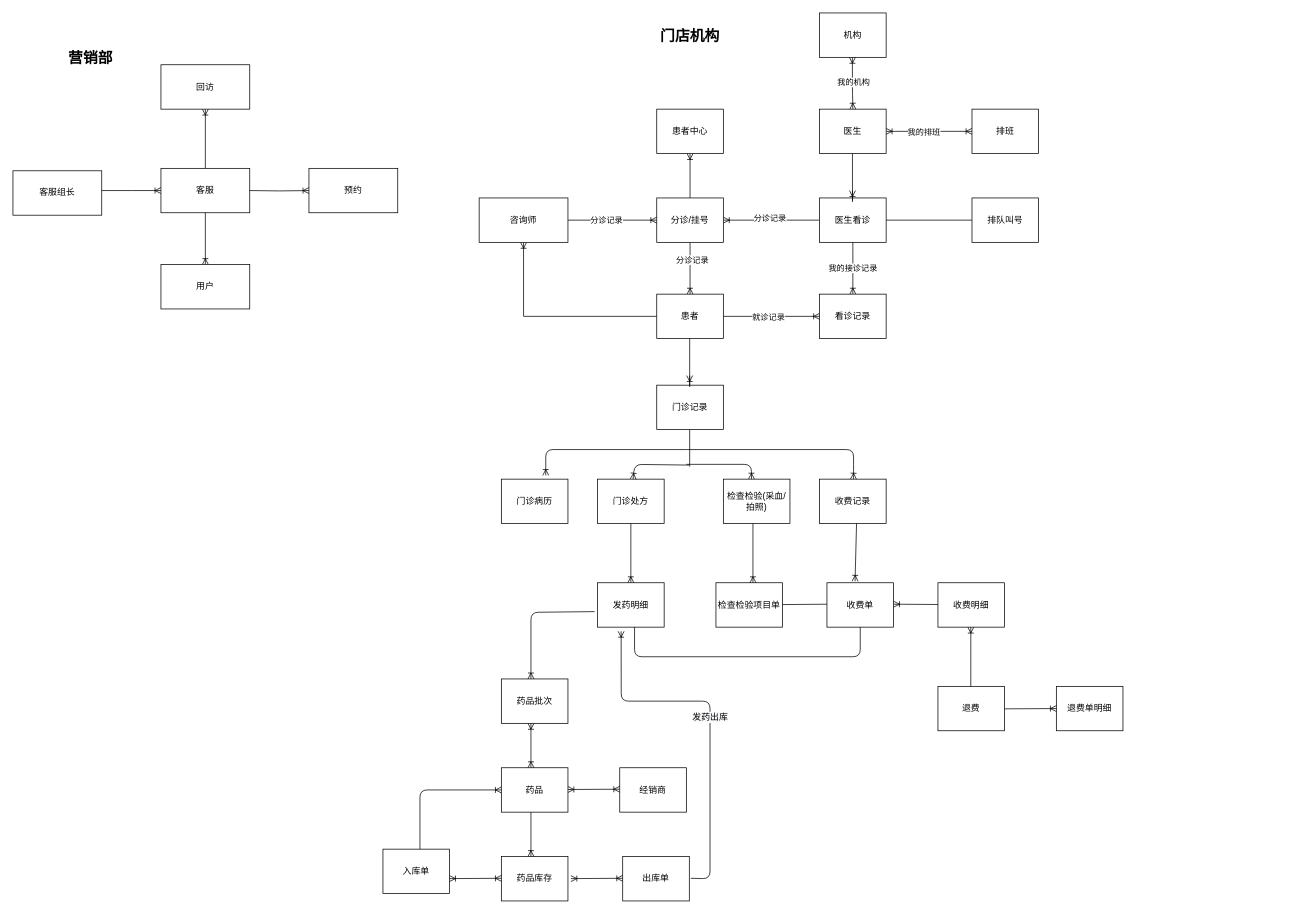
cherishsince/diagrams.net keeps this draw.io diagram as 牙管家/数据er图.drawio. Above is the earlier version. Source tidied: cells renumbered, new cells numbered last; positions are measured from the earlier drawing's top-left corner, leaving out a move shared by most shapes. Both pictures are drawn from the tidied source at 74%, with x=0, y=0 at pixel (13, 13).
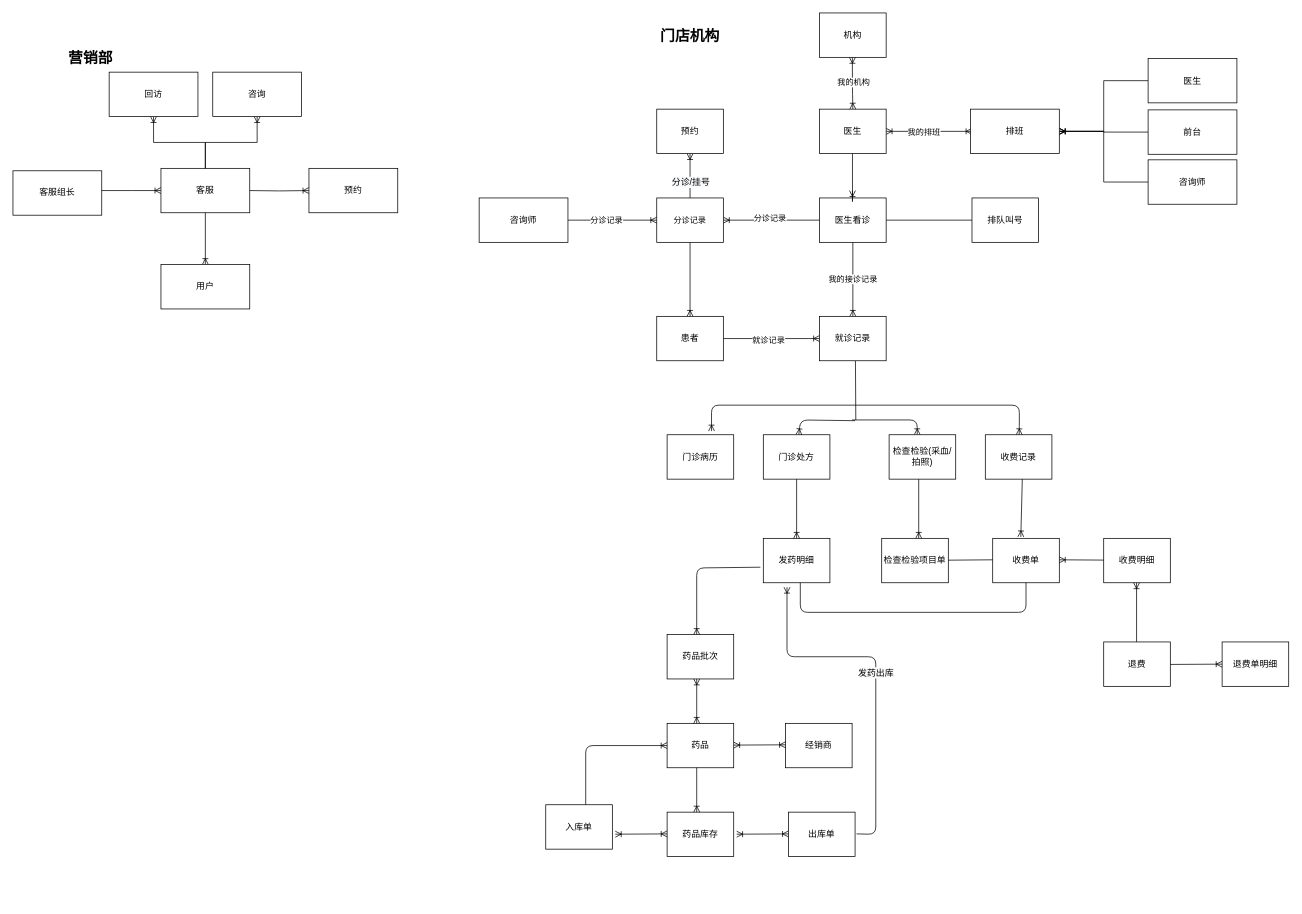
The same page after the edit.

Commit message (it also covers changes not shown here):
更新数据er图.drawio

The change refers to these unchanged cells:
```xml
<mxCell id="16" style="edgeStyle=orthogonalEdgeStyle;rounded=0;jettySize=auto;html=1;startArrow=none;startFill=0;endArrow=ERoneToMany;endFill=0;" parent="1" edge="1" source="21" target="26">
  <mxGeometry relative="1" as="geometry" />
</mxCell>
<mxCell id="17" style="edgeStyle=orthogonalEdgeStyle;rounded=0;jettySize=auto;html=1;startArrow=none;startFill=0;endArrow=ERoneToMany;endFill=0;" parent="1" edge="1" source="21" target="3">
  <mxGeometry relative="1" as="geometry" />
</mxCell>
<mxCell id="29" value="医生" style="rounded=0;whiteSpace=wrap;html=1;" parent="1" vertex="1">
  <mxGeometry x="1090" y="130" width="90" height="60" as="geometry" />
</mxCell>
<mxCell id="68" value="客服" style="rounded=0;whiteSpace=wrap;html=1;" parent="1" vertex="1">
  <mxGeometry x="200" y="210" width="120" height="60" as="geometry" />
</mxCell>
<mxCell id="80" value="咨询师" style="rounded=0;whiteSpace=wrap;html=1;" parent="1" vertex="1">
  <mxGeometry x="630" y="250" width="120" height="60" as="geometry" />
</mxCell>
```

What changed in the source:
```diff
@@
     <mxCell id="3" value="患者" style="rounded=0;whiteSpace=wrap;html=1;" parent="1" vertex="1">
-      <mxGeometry x="870" y="380" width="90" height="60" as="geometry" />
+      <mxGeometry x="870" y="410" width="90" height="60" as="geometry" />
     </mxCell>
-    <mxCell id="4" value="门诊记录" style="rounded=0;whiteSpace=wrap;html=1;" parent="1" vertex="1">
-      <mxGeometry x="870" y="503" width="90" height="60" as="geometry" />
-    </mxCell>
-    <mxCell id="5" style="endArrow=ERoneToMany;html=1;edgeStyle=orthogonalEdgeStyle;startArrow=none;startFill=0;endFill=0;" parent="1" edge="1">
-      <mxGeometry relative="1" as="geometry">
-        <mxPoint x="914.5" y="440" as="sourcePoint" />
-        <mxPoint x="914.5" y="490" as="targetPoint" />
-        <Array as="points">
-          <mxPoint x="914" y="510" />
-          <mxPoint x="914" y="510" />
-        </Array>
-      </mxGeometry>
-    </mxCell>
     <mxCell id="6" value="门诊病历" style="rounded=0;whiteSpace=wrap;html=1;" parent="1" vertex="1">
-      <mxGeometry x="660" y="630" width="90" height="60" as="geometry" />
+      <mxGeometry x="884" y="570" width="90" height="60" as="geometry" />
     </mxCell>
     <mxCell id="7" value="门诊处方" style="rounded=0;whiteSpace=wrap;html=1;" parent="1" vertex="1">
-      <mxGeometry x="790" y="630" width="90" height="60" as="geometry" />
+      <mxGeometry x="1014" y="570" width="90" height="60" as="geometry" />
     </mxCell>
     <mxCell id="8" value="收费记录" style="rounded=0;whiteSpace=wrap;html=1;" parent="1" vertex="1">
-      <mxGeometry x="1090" y="630" width="90" height="60" as="geometry" />
+      <mxGeometry x="1314" y="570" width="90" height="60" as="geometry" />
     </mxCell>
     <mxCell id="9" style="endArrow=none;html=1;exitX=0.667;exitY=-0.083;exitDx=0;exitDy=0;exitPerimeter=0;startArrow=ERoneToMany;startFill=0;" parent="1" edge="1" source="6">
       <mxGeometry relative="1" as="geometry">
-        <mxPoint x="910" y="590" as="targetPoint" />
+        <mxPoint x="1134" y="530" as="targetPoint" />
         <Array as="points">
-          <mxPoint x="720" y="590" />
+          <mxPoint x="944" y="530" />
         </Array>
       </mxGeometry>
     </mxCell>
     <mxCell id="10" style="endArrow=none;html=1;startArrow=ERoneToMany;startFill=0;" parent="1" edge="1" source="8">
       <mxGeometry relative="1" as="geometry">
-        <mxPoint x="910" y="590" as="targetPoint" />
+        <mxPoint x="1134" y="530" as="targetPoint" />
         <Array as="points">
-          <mxPoint x="1136" y="620" />
-          <mxPoint x="1136" y="590" />
+          <mxPoint x="1360" y="560" />
+          <mxPoint x="1360" y="530" />
         </Array>
       </mxGeometry>
     </mxCell>
     <mxCell id="11" style="endArrow=none;html=1;" parent="1" edge="1">
       <mxGeometry relative="1" as="geometry">
-        <mxPoint x="914.5" y="613" as="sourcePoint" />
-        <mxPoint x="914.5" y="563" as="targetPoint" />
+        <mxPoint x="1139" y="550" as="sourcePoint" />
+        <mxPoint x="1138.5" y="470" as="targetPoint" />
       </mxGeometry>
     </mxCell>
     <mxCell id="12" style="edgeStyle=orthogonalEdgeStyle;rounded=0;orthogonalLoop=1;jettySize=auto;html=1;exitX=0.5;exitY=0;exitDx=0;exitDy=0;startArrow=ERoneToMany;startFill=0;endArrow=ERoneToMany;endFill=0;" parent="1" edge="1">
       <mxGeometry relative="1" as="geometry">
-        <mxPoint x="980" y="810" as="sourcePoint" />
-        <mxPoint x="980" y="810" as="targetPoint" />
+        <mxPoint x="1204" y="750" as="sourcePoint" />
+        <mxPoint x="1204" y="750" as="targetPoint" />
       </mxGeometry>
     </mxCell>
     <mxCell id="13" style="endArrow=none;html=1;startArrow=ERoneToMany;startFill=0;" parent="1" edge="1" source="7">
       <mxGeometry relative="1" as="geometry">
-        <mxPoint x="914" y="611" as="targetPoint" />
+        <mxPoint x="1138" y="551" as="targetPoint" />
         <Array as="points">
-          <mxPoint x="840" y="610" />
+          <mxPoint x="1064" y="550" />
         </Array>
       </mxGeometry>
     </mxCell>
     <mxCell id="14" style="endArrow=ERoneToMany;html=1;endFill=0;" parent="1" edge="1">
       <mxGeometry relative="1" as="geometry">
-        <mxPoint x="910" y="610" as="sourcePoint" />
-        <mxPoint x="998" y="630" as="targetPoint" />
+        <mxPoint x="1134" y="550" as="sourcePoint" />
+        <mxPoint x="1222" y="570" as="targetPoint" />
         <Array as="points">
-          <mxPoint x="998" y="610" />
+          <mxPoint x="1222" y="550" />
         </Array>
       </mxGeometry>
     </mxCell>
     <mxCell id="15" value="检查检验(采血/拍照)" style="rounded=0;whiteSpace=wrap;html=1;" parent="1" vertex="1">
-      <mxGeometry x="960" y="630" width="90" height="60" as="geometry" />
+      <mxGeometry x="1184" y="570" width="90" height="60" as="geometry" />
     </mxCell>
@@
+    <mxCell id="81" value="&lt;span style=&quot;font-size: 12px ; background-color: rgb(248 , 249 , 250)&quot;&gt;分诊/挂号&lt;/span&gt;" style="edgeLabel;html=1;align=center;verticalAlign=middle;" parent="16" vertex="1">
+      <mxGeometry x="0.08" y="-1" relative="1" as="geometry">
+        <mxPoint x="-1" y="10" as="offset" />
+      </mxGeometry>
+    </mxCell>
@@
-    <mxCell id="18" value="分诊记录" style="edgeLabel;html=1;align=center;verticalAlign=middle;" parent="17" vertex="1">
-      <mxGeometry x="-0.33" y="2" relative="1" as="geometry" />
-    </mxCell>
@@
-    <mxCell id="21" value="分诊/挂号" style="rounded=0;whiteSpace=wrap;html=1;" parent="1" vertex="1">
+    <mxCell id="21" value="&lt;span style=&quot;font-size: 11px ; background-color: rgb(255 , 255 , 255)&quot;&gt;分诊记录&lt;/span&gt;" style="rounded=0;whiteSpace=wrap;html=1;" parent="1" vertex="1">
       <mxGeometry x="870" y="250" width="90" height="60" as="geometry" />
     </mxCell>
     <mxCell id="22" style="endArrow=none;html=1;startArrow=ERoneToMany;startFill=0;exitX=0.422;exitY=-0.033;exitDx=0;exitDy=0;exitPerimeter=0;" parent="1" edge="1" source="23">
       <mxGeometry relative="1" as="geometry">
-        <mxPoint x="1140" y="690" as="targetPoint" />
+        <mxPoint x="1364" y="630" as="targetPoint" />
       </mxGeometry>
     </mxCell>
     <mxCell id="23" value="收费单" style="rounded=0;whiteSpace=wrap;html=1;" parent="1" vertex="1">
-      <mxGeometry x="1100" y="770" width="90" height="60" as="geometry" />
+      <mxGeometry x="1324" y="710" width="90" height="60" as="geometry" />
     </mxCell>
@@
-    <mxCell id="26" value="患者中心" style="rounded=0;whiteSpace=wrap;html=1;" parent="1" vertex="1">
+    <mxCell id="26" value="预约" style="rounded=0;whiteSpace=wrap;html=1;" parent="1" vertex="1">
       <mxGeometry x="870" y="130" width="90" height="60" as="geometry" />
     </mxCell>
-    <mxCell id="27" style="edgeStyle=orthogonalEdgeStyle;rounded=0;jettySize=auto;html=1;entryX=0;entryY=0.5;entryDx=0;entryDy=0;startArrow=ERoneToMany;startFill=0;endArrow=ERoneToMany;endFill=0;" parent="1" edge="1" source="29" target="31">
-      <mxGeometry relative="1" as="geometry" />
+    <mxCell id="27" style="edgeStyle=orthogonalEdgeStyle;rounded=0;jettySize=auto;html=1;entryX=0;entryY=0.5;entryDx=0;entryDy=0;startArrow=ERoneToMany;startFill=0;endArrow=ERoneToMany;endFill=0;" parent="1" edge="1" source="29">
+      <mxGeometry relative="1" as="geometry">
+        <mxPoint x="1296" y="160" as="targetPoint" />
+      </mxGeometry>
     </mxCell>
@@
-    <mxCell id="31" value="排班" style="rounded=0;whiteSpace=wrap;html=1;" parent="1" vertex="1">
-      <mxGeometry x="1296" y="130" width="90" height="60" as="geometry" />
-    </mxCell>
@@
-    <mxCell id="35" value="看诊记录" style="rounded=0;whiteSpace=wrap;html=1;" parent="1" vertex="1">
-      <mxGeometry x="1090" y="380" width="90" height="60" as="geometry" />
+    <mxCell id="35" value="就诊记录" style="rounded=0;whiteSpace=wrap;html=1;" parent="1" vertex="1">
+      <mxGeometry x="1090" y="410" width="90" height="60" as="geometry" />
     </mxCell>
     <mxCell id="36" value="发药明细" style="rounded=0;whiteSpace=wrap;html=1;" parent="1" vertex="1">
-      <mxGeometry x="790" y="770" width="90" height="60" as="geometry" />
+      <mxGeometry x="1014" y="710" width="90" height="60" as="geometry" />
     </mxCell>
@@
     <mxCell id="38" value="检查检验项目单" style="rounded=0;whiteSpace=wrap;html=1;" parent="1" vertex="1">
-      <mxGeometry x="950" y="770" width="90" height="60" as="geometry" />
+      <mxGeometry x="1174" y="710" width="90" height="60" as="geometry" />
     </mxCell>
     <mxCell id="39" style="endArrow=ERoneToMany;html=1;edgeStyle=orthogonalEdgeStyle;startArrow=none;startFill=0;endFill=0;" parent="1" edge="1">
       <mxGeometry relative="1" as="geometry">
-        <mxPoint x="1000" y="690" as="sourcePoint" />
-        <mxPoint x="1000" y="770" as="targetPoint" />
+        <mxPoint x="1224" y="630" as="sourcePoint" />
+        <mxPoint x="1224" y="710" as="targetPoint" />
       </mxGeometry>
     </mxCell>
     <mxCell id="40" style="endArrow=none;html=1;exitX=0.5;exitY=1;exitDx=0;exitDy=0;startArrow=none;startFill=0;endFill=0;" parent="1" edge="1" source="23">
       <mxGeometry relative="1" as="geometry">
-        <mxPoint x="840" y="830" as="targetPoint" />
+        <mxPoint x="1064" y="770" as="targetPoint" />
         <Array as="points">
-          <mxPoint x="1145" y="870" />
-          <mxPoint x="840" y="870" />
+          <mxPoint x="1369" y="810" />
+          <mxPoint x="1064" y="810" />
         </Array>
       </mxGeometry>
     </mxCell>
     <mxCell id="41" style="endArrow=none;html=1;startArrow=none;startFill=0;endFill=0;" parent="1" edge="1">
       <mxGeometry relative="1" as="geometry">
-        <mxPoint x="1040" y="799.5" as="sourcePoint" />
-        <mxPoint x="1100" y="799" as="targetPoint" />
+        <mxPoint x="1264" y="739.5" as="sourcePoint" />
+        <mxPoint x="1324" y="739" as="targetPoint" />
       </mxGeometry>
     </mxCell>
     <mxCell id="42" value="药品批次" style="rounded=0;whiteSpace=wrap;html=1;" parent="1" vertex="1">
-      <mxGeometry x="660" y="900" width="90" height="60" as="geometry" />
+      <mxGeometry x="884" y="840" width="90" height="60" as="geometry" />
     </mxCell>
     <mxCell id="43" style="endArrow=none;html=1;entryX=-0.044;entryY=0.65;entryDx=0;entryDy=0;entryPerimeter=0;endFill=0;startArrow=ERoneToMany;startFill=0;" parent="1" edge="1" target="36">
       <mxGeometry relative="1" as="geometry">
-        <mxPoint x="700" y="900" as="sourcePoint" />
+        <mxPoint x="924" y="840" as="sourcePoint" />
         <Array as="points">
-          <mxPoint x="700" y="810" />
+          <mxPoint x="924" y="750" />
         </Array>
       </mxGeometry>
     </mxCell>
     <mxCell id="44" value="药品" style="rounded=0;whiteSpace=wrap;html=1;" parent="1" vertex="1">
-      <mxGeometry x="660" y="1020" width="90" height="60" as="geometry" />
+      <mxGeometry x="884" y="960" width="90" height="60" as="geometry" />
     </mxCell>
     <mxCell id="45" style="endArrow=ERoneToMany;html=1;edgeStyle=orthogonalEdgeStyle;startArrow=ERoneToMany;startFill=0;endFill=0;" parent="1" edge="1">
       <mxGeometry relative="1" as="geometry">
-        <mxPoint x="700" y="960" as="sourcePoint" />
-        <mxPoint x="700" y="1020" as="targetPoint" />
+        <mxPoint x="924" y="900" as="sourcePoint" />
+        <mxPoint x="924" y="960" as="targetPoint" />
       </mxGeometry>
     </mxCell>
     <mxCell id="46" value="药品库存" style="rounded=0;whiteSpace=wrap;html=1;" parent="1" vertex="1">
-      <mxGeometry x="660" y="1140" width="90" height="60" as="geometry" />
+      <mxGeometry x="884" y="1080" width="90" height="60" as="geometry" />
     </mxCell>
     <mxCell id="47" style="endArrow=ERoneToMany;html=1;edgeStyle=orthogonalEdgeStyle;startArrow=none;startFill=0;endFill=0;" parent="1" edge="1">
       <mxGeometry relative="1" as="geometry">
-        <mxPoint x="700" y="1080" as="sourcePoint" />
-        <mxPoint x="700" y="1140" as="targetPoint" />
+        <mxPoint x="924" y="1020" as="sourcePoint" />
+        <mxPoint x="924" y="1080" as="targetPoint" />
       </mxGeometry>
     </mxCell>
     <mxCell id="48" value="经销商" style="rounded=0;whiteSpace=wrap;html=1;" parent="1" vertex="1">
-      <mxGeometry x="820" y="1020" width="90" height="60" as="geometry" />
+      <mxGeometry x="1044" y="960" width="90" height="60" as="geometry" />
     </mxCell>
     <mxCell id="49" style="endArrow=ERoneToMany;html=1;startArrow=ERoneToMany;startFill=0;endFill=0;" parent="1" edge="1">
       <mxGeometry relative="1" as="geometry">
-        <mxPoint x="750" y="1049.4" as="sourcePoint" />
-        <mxPoint x="820" y="1049" as="targetPoint" />
+        <mxPoint x="974" y="989.4" as="sourcePoint" />
+        <mxPoint x="1044" y="989" as="targetPoint" />
       </mxGeometry>
     </mxCell>
     <mxCell id="50" value="入库单" style="rounded=0;whiteSpace=wrap;html=1;" parent="1" vertex="1">
-      <mxGeometry x="500" y="1130" width="90" height="60" as="geometry" />
+      <mxGeometry x="720" y="1070" width="90" height="60" as="geometry" />
     </mxCell>
     <mxCell id="51" style="endArrow=ERoneToMany;html=1;endFill=0;" parent="1" edge="1">
       <mxGeometry relative="1" as="geometry">
-        <mxPoint x="550" y="1130" as="sourcePoint" />
-        <mxPoint x="660" y="1050" as="targetPoint" />
+        <mxPoint x="774" y="1070" as="sourcePoint" />
+        <mxPoint x="884" y="990" as="targetPoint" />
         <Array as="points">
-          <mxPoint x="550" y="1050" />
+          <mxPoint x="774" y="990" />
         </Array>
       </mxGeometry>
     </mxCell>
     <mxCell id="52" style="endArrow=ERoneToMany;html=1;startArrow=ERoneToMany;startFill=0;endFill=0;" parent="1" edge="1">
       <mxGeometry relative="1" as="geometry">
-        <mxPoint x="590" y="1169.8" as="sourcePoint" />
-        <mxPoint x="660" y="1169.4" as="targetPoint" />
+        <mxPoint x="814" y="1109.8" as="sourcePoint" />
+        <mxPoint x="884" y="1109.4" as="targetPoint" />
       </mxGeometry>
     </mxCell>
     <mxCell id="53" value="出库单" style="rounded=0;whiteSpace=wrap;html=1;" parent="1" vertex="1">
-      <mxGeometry x="824" y="1140" width="90" height="60" as="geometry" />
+      <mxGeometry x="1048" y="1080" width="90" height="60" as="geometry" />
     </mxCell>
     <mxCell id="54" style="endArrow=ERoneToMany;html=1;startArrow=ERoneToMany;startFill=0;endFill=0;" parent="1" edge="1">
       <mxGeometry relative="1" as="geometry">
-        <mxPoint x="754" y="1169.8" as="sourcePoint" />
-        <mxPoint x="824" y="1169.4" as="targetPoint" />
+        <mxPoint x="978" y="1109.8" as="sourcePoint" />
+        <mxPoint x="1048" y="1109.4" as="targetPoint" />
       </mxGeometry>
     </mxCell>
-    <mxCell id="55" style="endArrow=ERoneToMany;html=1;entryX=0.354;entryY=1.093;entryDx=0;entryDy=0;entryPerimeter=0;endFill=0;" parent="1" edge="1" target="36">
+    <mxCell id="55" style="endArrow=ERoneToMany;html=1;endFill=0;" parent="1" edge="1">
       <mxGeometry relative="1" as="geometry">
-        <mxPoint x="916" y="1169.4" as="sourcePoint" />
+        <mxPoint x="1140" y="1109.4" as="sourcePoint" />
+        <mxPoint x="1046" y="776" as="targetPoint" />
         <Array as="points">
-          <mxPoint x="942" y="1170" />
-          <mxPoint x="942" y="930" />
-          <mxPoint x="822" y="930" />
+          <mxPoint x="1166" y="1110" />
+          <mxPoint x="1166" y="870" />
+          <mxPoint x="1046" y="870" />
         </Array>
       </mxGeometry>
     </mxCell>
@@
     <mxCell id="57" value="收费明细" style="rounded=0;whiteSpace=wrap;html=1;" parent="1" vertex="1">
-      <mxGeometry x="1250" y="770" width="90" height="60" as="geometry" />
+      <mxGeometry x="1474" y="710" width="90" height="60" as="geometry" />
     </mxCell>
     <mxCell id="58" style="endArrow=none;html=1;startArrow=ERoneToMany;startFill=0;endFill=0;" parent="1" edge="1">
       <mxGeometry relative="1" as="geometry">
-        <mxPoint x="1190" y="799" as="sourcePoint" />
-        <mxPoint x="1250" y="799.4" as="targetPoint" />
+        <mxPoint x="1414" y="739" as="sourcePoint" />
+        <mxPoint x="1474" y="739.4" as="targetPoint" />
       </mxGeometry>
     </mxCell>
@@
     <mxCell id="62" value="退费" style="rounded=0;whiteSpace=wrap;html=1;" parent="1" vertex="1">
-      <mxGeometry x="1250" y="910" width="90" height="60" as="geometry" />
+      <mxGeometry x="1474" y="850" width="90" height="60" as="geometry" />
     </mxCell>
     <mxCell id="63" style="endArrow=none;html=1;edgeStyle=orthogonalEdgeStyle;startArrow=ERoneToMany;startFill=0;endFill=0;" parent="1" edge="1">
       <mxGeometry relative="1" as="geometry">
-        <mxPoint x="1294.4" y="830" as="sourcePoint" />
-        <mxPoint x="1294.4" y="910" as="targetPoint" />
+        <mxPoint x="1518.4" y="770" as="sourcePoint" />
+        <mxPoint x="1518.4" y="850" as="targetPoint" />
       </mxGeometry>
     </mxCell>
     <mxCell id="64" value="退费单明细" style="rounded=0;whiteSpace=wrap;html=1;" parent="1" vertex="1">
-      <mxGeometry x="1410" y="910" width="90" height="60" as="geometry" />
+      <mxGeometry x="1634" y="850" width="90" height="60" as="geometry" />
     </mxCell>
     <mxCell id="65" style="endArrow=ERoneToMany;html=1;startArrow=none;startFill=0;endFill=0;" parent="1" edge="1">
       <mxGeometry relative="1" as="geometry">
-        <mxPoint x="1340" y="940.4" as="sourcePoint" />
-        <mxPoint x="1410" y="940" as="targetPoint" />
+        <mxPoint x="1564" y="880.4" as="sourcePoint" />
+        <mxPoint x="1634" y="880" as="targetPoint" />
       </mxGeometry>
     </mxCell>
@@
     <mxCell id="72" value="回访" style="rounded=0;whiteSpace=wrap;html=1;" parent="1" vertex="1">
-      <mxGeometry x="200" y="70" width="120" height="60" as="geometry" />
+      <mxGeometry x="130" y="80" width="120" height="60" as="geometry" />
     </mxCell>
@@
-    <mxCell id="79" style="edgeStyle=orthogonalEdgeStyle;rounded=0;jettySize=auto;html=1;entryX=0;entryY=0.5;entryDx=0;entryDy=0;startArrow=ERoneToMany;startFill=0;endArrow=none;endFill=0;" parent="1" edge="1" source="80" target="3">
-      <mxGeometry relative="1" as="geometry">
-        <Array as="points">
-          <mxPoint x="690" y="410" />
-        </Array>
-      </mxGeometry>
-    </mxCell>
@@
+    <mxCell id="82" style="edgeStyle=orthogonalEdgeStyle;rounded=0;jettySize=auto;html=1;startArrow=ERoneToMany;startFill=0;endArrow=none;endFill=0;" parent="1" edge="1" source="83" target="68">
+      <mxGeometry relative="1" as="geometry" />
+    </mxCell>
+    <mxCell id="83" value="咨询" style="rounded=0;whiteSpace=wrap;html=1;" parent="1" vertex="1">
+      <mxGeometry x="270" y="80" width="120" height="60" as="geometry" />
+    </mxCell>
+    <mxCell id="84" style="edgeStyle=orthogonalEdgeStyle;rounded=0;jettySize=auto;html=1;entryX=0;entryY=0.5;entryDx=0;entryDy=0;startArrow=ERoneToMany;startFill=0;endArrow=none;endFill=0;" parent="1" edge="1" source="31" target="87">
+      <mxGeometry relative="1" as="geometry" />
+    </mxCell>
+    <mxCell id="85" style="edgeStyle=orthogonalEdgeStyle;rounded=0;jettySize=auto;html=1;entryX=0;entryY=0.5;entryDx=0;entryDy=0;startArrow=ERoneToMany;startFill=0;endArrow=none;endFill=0;" parent="1" edge="1" source="31" target="88">
+      <mxGeometry relative="1" as="geometry" />
+    </mxCell>
+    <mxCell id="86" style="edgeStyle=orthogonalEdgeStyle;rounded=0;jettySize=auto;html=1;entryX=0;entryY=0.5;entryDx=0;entryDy=0;startArrow=ERoneToMany;startFill=0;endArrow=none;endFill=0;" parent="1" edge="1" source="31" target="89">
+      <mxGeometry relative="1" as="geometry" />
+    </mxCell>
+    <mxCell id="31" value="排班" style="rounded=0;whiteSpace=wrap;html=1;" parent="1" vertex="1">
+      <mxGeometry x="1294" y="130" width="120" height="60" as="geometry" />
+    </mxCell>
+    <mxCell id="87" value="医生" style="rounded=0;whiteSpace=wrap;html=1;" parent="1" vertex="1">
+      <mxGeometry x="1534" y="61.5" width="120" height="60" as="geometry" />
+    </mxCell>
+    <mxCell id="88" value="前台" style="rounded=0;whiteSpace=wrap;html=1;" parent="1" vertex="1">
+      <mxGeometry x="1534" y="131" width="120" height="60" as="geometry" />
+    </mxCell>
+    <mxCell id="89" value="咨询师" style="rounded=0;whiteSpace=wrap;html=1;" parent="1" vertex="1">
+      <mxGeometry x="1534" y="198.5" width="120" height="60" as="geometry" />
+    </mxCell>
```
